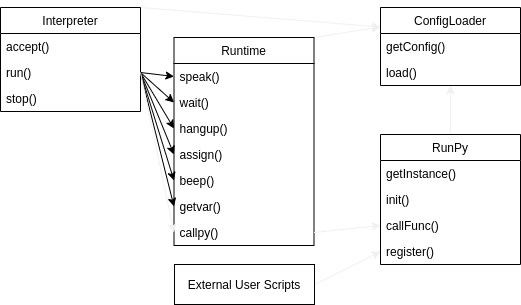
The draw.io diagram docs/modules.png in Sduby22/PP_hw, before a commit. Source tidied: cells renumbered, new cells last; positions are measured from the earlier drawing's top-left corner, leaving out a move shared by most shapes. The source it was exported from:
```xml
<mxGraphModel>
  <root>
    <mxCell id="0" />
    <mxCell id="1" parent="0" />
    <mxCell id="2" style="edgeStyle=none;jumpStyle=none;html=1;exitX=1;exitY=0;exitDx=0;exitDy=0;entryX=0;entryY=0.25;entryDx=0;entryDy=0;strokeColor=#f0f0f0;" parent="1" edge="1" source="3" target="22">
      <mxGeometry relative="1" as="geometry" />
    </mxCell>
    <mxCell id="3" value="Runtime" style="swimlane;fontStyle=0;horizontal=1;startSize=26;" parent="1" vertex="1">
      <mxGeometry x="173.5" y="30" width="140" height="208" as="geometry" />
    </mxCell>
    <mxCell id="4" value="speak()    " style="text;strokeColor=none;fillColor=none;align=left;verticalAlign=top;spacingLeft=4;spacingRight=4;overflow=hidden;points=[[0,0.5],[1,0.5]];portConstraint=eastwest;" parent="3" vertex="1">
      <mxGeometry y="26" width="140" height="26" as="geometry" />
    </mxCell>
    <mxCell id="5" value="wait()" style="text;strokeColor=none;fillColor=none;align=left;verticalAlign=top;spacingLeft=4;spacingRight=4;overflow=hidden;points=[[0,0.5],[1,0.5]];portConstraint=eastwest;" parent="3" vertex="1">
      <mxGeometry y="52" width="140" height="26" as="geometry" />
    </mxCell>
    <mxCell id="6" value="hangup()" style="text;strokeColor=none;fillColor=none;align=left;verticalAlign=top;spacingLeft=4;spacingRight=4;overflow=hidden;points=[[0,0.5],[1,0.5]];portConstraint=eastwest;" parent="3" vertex="1">
      <mxGeometry y="78" width="140" height="26" as="geometry" />
    </mxCell>
    <mxCell id="7" value="assign()" style="text;strokeColor=none;fillColor=none;align=left;verticalAlign=top;spacingLeft=4;spacingRight=4;overflow=hidden;points=[[0,0.5],[1,0.5]];portConstraint=eastwest;" parent="3" vertex="1">
      <mxGeometry y="104" width="140" height="26" as="geometry" />
    </mxCell>
    <mxCell id="8" value="beep()" style="text;strokeColor=none;fillColor=none;align=left;verticalAlign=top;spacingLeft=4;spacingRight=4;overflow=hidden;points=[[0,0.5],[1,0.5]];portConstraint=eastwest;" parent="3" vertex="1">
      <mxGeometry y="130" width="140" height="26" as="geometry" />
    </mxCell>
    <mxCell id="9" value="getvar()" style="text;strokeColor=none;fillColor=none;align=left;verticalAlign=top;spacingLeft=4;spacingRight=4;overflow=hidden;points=[[0,0.5],[1,0.5]];portConstraint=eastwest;" parent="3" vertex="1">
      <mxGeometry y="156" width="140" height="26" as="geometry" />
    </mxCell>
    <mxCell id="10" value="callpy()" style="text;strokeColor=none;fillColor=none;align=left;verticalAlign=top;spacingLeft=4;spacingRight=4;overflow=hidden;points=[[0,0.5],[1,0.5]];portConstraint=eastwest;" parent="3" vertex="1">
      <mxGeometry y="182" width="140" height="26" as="geometry" />
    </mxCell>
    <mxCell id="11" style="edgeStyle=none;jumpStyle=none;html=1;exitX=1;exitY=0;exitDx=0;exitDy=0;entryX=0;entryY=0.25;entryDx=0;entryDy=0;strokeColor=#f0f0f0;" parent="1" edge="1" source="12" target="22">
      <mxGeometry relative="1" as="geometry" />
    </mxCell>
    <mxCell id="12" value="Interpreter" style="swimlane;fontStyle=0;horizontal=1;startSize=26;" parent="1" vertex="1">
      <mxGeometry width="140" height="104" as="geometry" />
    </mxCell>
    <mxCell id="13" value="accept()   " style="text;strokeColor=none;fillColor=none;align=left;verticalAlign=top;spacingLeft=4;spacingRight=4;overflow=hidden;" parent="12" vertex="1">
      <mxGeometry y="26" width="140" height="26" as="geometry" />
    </mxCell>
    <mxCell id="14" value="run()" style="text;strokeColor=none;fillColor=none;align=left;verticalAlign=top;spacingLeft=4;spacingRight=4;overflow=hidden;points=[[0,0.5],[1,0.5]];portConstraint=eastwest;" parent="12" vertex="1">
      <mxGeometry y="52" width="140" height="26" as="geometry" />
    </mxCell>
    <mxCell id="15" value="stop()" style="text;strokeColor=none;fillColor=none;align=left;verticalAlign=top;spacingLeft=4;spacingRight=4;overflow=hidden;" parent="12" vertex="1">
      <mxGeometry y="78" width="140" height="26" as="geometry" />
    </mxCell>
    <mxCell id="16" style="edgeStyle=none;jumpStyle=none;html=1;exitX=0.5;exitY=0;exitDx=0;exitDy=0;entryX=0.5;entryY=1;entryDx=0;entryDy=0;strokeColor=#f0f0f0;" parent="1" edge="1" source="17" target="22">
      <mxGeometry relative="1" as="geometry" />
    </mxCell>
    <mxCell id="17" value="RunPy" style="swimlane;fontStyle=0;horizontal=1;startSize=26;" parent="1" vertex="1">
      <mxGeometry x="380" y="127" width="140" height="130" as="geometry" />
    </mxCell>
    <mxCell id="18" value="getInstance()" style="text;strokeColor=none;fillColor=none;align=left;verticalAlign=top;spacingLeft=4;spacingRight=4;overflow=hidden;" parent="17" vertex="1">
      <mxGeometry y="26" width="140" height="26" as="geometry" />
    </mxCell>
    <mxCell id="19" value="init()" style="text;strokeColor=none;fillColor=none;align=left;verticalAlign=top;spacingLeft=4;spacingRight=4;overflow=hidden;" parent="17" vertex="1">
      <mxGeometry y="52" width="140" height="26" as="geometry" />
    </mxCell>
    <mxCell id="20" value="callFunc()" style="text;strokeColor=none;fillColor=none;align=left;verticalAlign=top;spacingLeft=4;spacingRight=4;overflow=hidden;points=[[0,0.5],[1,0.5]];portConstraint=eastwest;" parent="17" vertex="1">
      <mxGeometry y="78" width="140" height="26" as="geometry" />
    </mxCell>
    <mxCell id="21" value="register()" style="text;strokeColor=none;fillColor=none;align=left;verticalAlign=top;spacingLeft=4;spacingRight=4;overflow=hidden;points=[[0,0.5],[1,0.5]];portConstraint=eastwest;" parent="17" vertex="1">
      <mxGeometry y="104" width="140" height="26" as="geometry" />
    </mxCell>
    <mxCell id="22" value="ConfigLoader" style="swimlane;fontStyle=0;horizontal=1;startSize=26;" parent="1" vertex="1">
      <mxGeometry x="380" width="140" height="78" as="geometry" />
    </mxCell>
    <mxCell id="23" value="getConfig()" style="text;strokeColor=none;fillColor=none;align=left;verticalAlign=top;spacingLeft=4;spacingRight=4;overflow=hidden;" parent="22" vertex="1">
      <mxGeometry y="26" width="140" height="26" as="geometry" />
    </mxCell>
    <mxCell id="24" value="load()" style="text;strokeColor=none;fillColor=none;align=left;verticalAlign=top;spacingLeft=4;spacingRight=4;overflow=hidden;" parent="22" vertex="1">
      <mxGeometry y="52" width="140" height="26" as="geometry" />
    </mxCell>
    <mxCell id="25" style="edgeStyle=none;html=1;exitX=1;exitY=0.5;exitDx=0;exitDy=0;entryX=0;entryY=0.5;entryDx=0;entryDy=0;" parent="1" edge="1" source="14" target="5">
      <mxGeometry relative="1" as="geometry" />
    </mxCell>
    <mxCell id="26" style="edgeStyle=none;html=1;exitX=1;exitY=0.5;exitDx=0;exitDy=0;entryX=0;entryY=0.5;entryDx=0;entryDy=0;" parent="1" edge="1" source="14" target="4">
      <mxGeometry relative="1" as="geometry" />
    </mxCell>
    <mxCell id="27" style="edgeStyle=none;html=1;exitX=1;exitY=0.5;exitDx=0;exitDy=0;entryX=0;entryY=0.5;entryDx=0;entryDy=0;" parent="1" edge="1" source="14" target="6">
      <mxGeometry relative="1" as="geometry" />
    </mxCell>
    <mxCell id="28" style="edgeStyle=none;html=1;exitX=1;exitY=0.5;exitDx=0;exitDy=0;entryX=0;entryY=0.5;entryDx=0;entryDy=0;" parent="1" edge="1" source="14" target="7">
      <mxGeometry relative="1" as="geometry" />
    </mxCell>
    <mxCell id="29" style="edgeStyle=none;html=1;exitX=1;exitY=0.5;exitDx=0;exitDy=0;entryX=0;entryY=0.5;entryDx=0;entryDy=0;" parent="1" edge="1" source="14" target="8">
      <mxGeometry relative="1" as="geometry" />
    </mxCell>
    <mxCell id="30" style="edgeStyle=none;html=1;exitX=1;exitY=0.5;exitDx=0;exitDy=0;entryX=0;entryY=0.5;entryDx=0;entryDy=0;jumpStyle=none;" parent="1" edge="1" source="14" target="9">
      <mxGeometry relative="1" as="geometry" />
    </mxCell>
    <mxCell id="31" style="edgeStyle=none;jumpStyle=none;html=1;exitX=1;exitY=0.5;exitDx=0;exitDy=0;entryX=0;entryY=0.5;entryDx=0;entryDy=0;strokeColor=#f0f0f0;" parent="1" edge="1" source="14" target="10">
      <mxGeometry relative="1" as="geometry" />
    </mxCell>
    <mxCell id="32" style="edgeStyle=none;jumpStyle=none;html=1;exitX=1;exitY=0.5;exitDx=0;exitDy=0;entryX=0;entryY=0.5;entryDx=0;entryDy=0;strokeColor=#f0f0f0;" parent="1" edge="1" source="10" target="20">
      <mxGeometry relative="1" as="geometry" />
    </mxCell>
    <mxCell id="33" style="edgeStyle=none;jumpStyle=none;html=1;exitX=1;exitY=0.5;exitDx=0;exitDy=0;entryX=0;entryY=0.5;entryDx=0;entryDy=0;strokeColor=#f0f0f0;" parent="1" edge="1" source="34" target="21">
      <mxGeometry relative="1" as="geometry" />
    </mxCell>
    <mxCell id="34" value="External User Scripts" style="rounded=0;whiteSpace=wrap;html=1;" parent="1" vertex="1">
      <mxGeometry x="174" y="257" width="140" height="40" as="geometry" />
    </mxCell>
  </root>
</mxGraphModel>
```
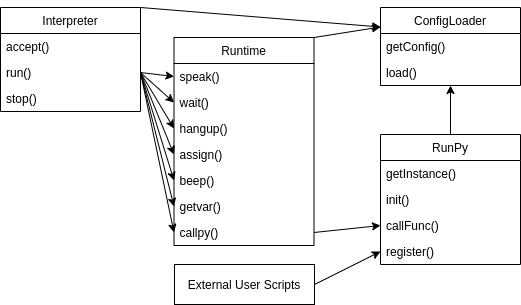
After the commit.

What changed in the source:
```diff
@@ -2,73 +2,73 @@
   <root>
     <mxCell id="0" />
     <mxCell id="1" parent="0" />
-    <mxCell id="2" style="edgeStyle=none;jumpStyle=none;html=1;exitX=1;exitY=0;exitDx=0;exitDy=0;entryX=0;entryY=0.25;entryDx=0;entryDy=0;strokeColor=#f0f0f0;" parent="1" edge="1" source="3" target="22">
+    <mxCell id="2" style="edgeStyle=none;jumpStyle=none;html=1;exitX=1;exitY=0;exitDx=0;exitDy=0;entryX=0;entryY=0.25;entryDx=0;entryDy=0;" parent="1" edge="1" source="3" target="22">
       <mxGeometry relative="1" as="geometry" />
     </mxCell>
     <mxCell id="3" value="Runtime" style="swimlane;fontStyle=0;horizontal=1;startSize=26;" parent="1" vertex="1">
       <mxGeometry x="173.5" y="30" width="140" height="208" as="geometry" />
     </mxCell>
-    <mxCell id="4" value="speak()    " style="text;strokeColor=none;fillColor=none;align=left;verticalAlign=top;spacingLeft=4;spacingRight=4;overflow=hidden;points=[[0,0.5],[1,0.5]];portConstraint=eastwest;" parent="3" vertex="1">
+    <mxCell id="4" value="speak()    " style="text;align=left;verticalAlign=top;spacingLeft=4;spacingRight=4;overflow=hidden;points=[[0,0.5],[1,0.5]];portConstraint=eastwest;" parent="3" vertex="1">
       <mxGeometry y="26" width="140" height="26" as="geometry" />
     </mxCell>
-    <mxCell id="5" value="wait()" style="text;strokeColor=none;fillColor=none;align=left;verticalAlign=top;spacingLeft=4;spacingRight=4;overflow=hidden;points=[[0,0.5],[1,0.5]];portConstraint=eastwest;" parent="3" vertex="1">
+    <mxCell id="5" value="wait()" style="text;align=left;verticalAlign=top;spacingLeft=4;spacingRight=4;overflow=hidden;points=[[0,0.5],[1,0.5]];portConstraint=eastwest;" parent="3" vertex="1">
       <mxGeometry y="52" width="140" height="26" as="geometry" />
     </mxCell>
-    <mxCell id="6" value="hangup()" style="text;strokeColor=none;fillColor=none;align=left;verticalAlign=top;spacingLeft=4;spacingRight=4;overflow=hidden;points=[[0,0.5],[1,0.5]];portConstraint=eastwest;" parent="3" vertex="1">
+    <mxCell id="6" value="hangup()" style="text;align=left;verticalAlign=top;spacingLeft=4;spacingRight=4;overflow=hidden;points=[[0,0.5],[1,0.5]];portConstraint=eastwest;" parent="3" vertex="1">
       <mxGeometry y="78" width="140" height="26" as="geometry" />
     </mxCell>
-    <mxCell id="7" value="assign()" style="text;strokeColor=none;fillColor=none;align=left;verticalAlign=top;spacingLeft=4;spacingRight=4;overflow=hidden;points=[[0,0.5],[1,0.5]];portConstraint=eastwest;" parent="3" vertex="1">
+    <mxCell id="7" value="assign()" style="text;align=left;verticalAlign=top;spacingLeft=4;spacingRight=4;overflow=hidden;points=[[0,0.5],[1,0.5]];portConstraint=eastwest;" parent="3" vertex="1">
       <mxGeometry y="104" width="140" height="26" as="geometry" />
     </mxCell>
-    <mxCell id="8" value="beep()" style="text;strokeColor=none;fillColor=none;align=left;verticalAlign=top;spacingLeft=4;spacingRight=4;overflow=hidden;points=[[0,0.5],[1,0.5]];portConstraint=eastwest;" parent="3" vertex="1">
+    <mxCell id="8" value="beep()" style="text;align=left;verticalAlign=top;spacingLeft=4;spacingRight=4;overflow=hidden;points=[[0,0.5],[1,0.5]];portConstraint=eastwest;" parent="3" vertex="1">
       <mxGeometry y="130" width="140" height="26" as="geometry" />
     </mxCell>
-    <mxCell id="9" value="getvar()" style="text;strokeColor=none;fillColor=none;align=left;verticalAlign=top;spacingLeft=4;spacingRight=4;overflow=hidden;points=[[0,0.5],[1,0.5]];portConstraint=eastwest;" parent="3" vertex="1">
+    <mxCell id="9" value="getvar()" style="text;align=left;verticalAlign=top;spacingLeft=4;spacingRight=4;overflow=hidden;points=[[0,0.5],[1,0.5]];portConstraint=eastwest;" parent="3" vertex="1">
       <mxGeometry y="156" width="140" height="26" as="geometry" />
     </mxCell>
-    <mxCell id="10" value="callpy()" style="text;strokeColor=none;fillColor=none;align=left;verticalAlign=top;spacingLeft=4;spacingRight=4;overflow=hidden;points=[[0,0.5],[1,0.5]];portConstraint=eastwest;" parent="3" vertex="1">
+    <mxCell id="10" value="callpy()" style="text;align=left;verticalAlign=top;spacingLeft=4;spacingRight=4;overflow=hidden;points=[[0,0.5],[1,0.5]];portConstraint=eastwest;" parent="3" vertex="1">
       <mxGeometry y="182" width="140" height="26" as="geometry" />
     </mxCell>
-    <mxCell id="11" style="edgeStyle=none;jumpStyle=none;html=1;exitX=1;exitY=0;exitDx=0;exitDy=0;entryX=0;entryY=0.25;entryDx=0;entryDy=0;strokeColor=#f0f0f0;" parent="1" edge="1" source="12" target="22">
+    <mxCell id="11" style="edgeStyle=none;jumpStyle=none;html=1;exitX=1;exitY=0;exitDx=0;exitDy=0;entryX=0;entryY=0.25;entryDx=0;entryDy=0;" parent="1" edge="1" source="12" target="22">
       <mxGeometry relative="1" as="geometry" />
     </mxCell>
     <mxCell id="12" value="Interpreter" style="swimlane;fontStyle=0;horizontal=1;startSize=26;" parent="1" vertex="1">
       <mxGeometry width="140" height="104" as="geometry" />
     </mxCell>
-    <mxCell id="13" value="accept()   " style="text;strokeColor=none;fillColor=none;align=left;verticalAlign=top;spacingLeft=4;spacingRight=4;overflow=hidden;" parent="12" vertex="1">
+    <mxCell id="13" value="accept()   " style="text;align=left;verticalAlign=top;spacingLeft=4;spacingRight=4;overflow=hidden;" parent="12" vertex="1">
       <mxGeometry y="26" width="140" height="26" as="geometry" />
     </mxCell>
-    <mxCell id="14" value="run()" style="text;strokeColor=none;fillColor=none;align=left;verticalAlign=top;spacingLeft=4;spacingRight=4;overflow=hidden;points=[[0,0.5],[1,0.5]];portConstraint=eastwest;" parent="12" vertex="1">
+    <mxCell id="14" value="run()" style="text;align=left;verticalAlign=top;spacingLeft=4;spacingRight=4;overflow=hidden;points=[[0,0.5],[1,0.5]];portConstraint=eastwest;" parent="12" vertex="1">
       <mxGeometry y="52" width="140" height="26" as="geometry" />
     </mxCell>
-    <mxCell id="15" value="stop()" style="text;strokeColor=none;fillColor=none;align=left;verticalAlign=top;spacingLeft=4;spacingRight=4;overflow=hidden;" parent="12" vertex="1">
+    <mxCell id="15" value="stop()" style="text;align=left;verticalAlign=top;spacingLeft=4;spacingRight=4;overflow=hidden;" parent="12" vertex="1">
       <mxGeometry y="78" width="140" height="26" as="geometry" />
     </mxCell>
-    <mxCell id="16" style="edgeStyle=none;jumpStyle=none;html=1;exitX=0.5;exitY=0;exitDx=0;exitDy=0;entryX=0.5;entryY=1;entryDx=0;entryDy=0;strokeColor=#f0f0f0;" parent="1" edge="1" source="17" target="22">
+    <mxCell id="16" style="edgeStyle=none;jumpStyle=none;html=1;exitX=0.5;exitY=0;exitDx=0;exitDy=0;entryX=0.5;entryY=1;entryDx=0;entryDy=0;" parent="1" edge="1" source="17" target="22">
       <mxGeometry relative="1" as="geometry" />
     </mxCell>
     <mxCell id="17" value="RunPy" style="swimlane;fontStyle=0;horizontal=1;startSize=26;" parent="1" vertex="1">
       <mxGeometry x="380" y="127" width="140" height="130" as="geometry" />
     </mxCell>
-    <mxCell id="18" value="getInstance()" style="text;strokeColor=none;fillColor=none;align=left;verticalAlign=top;spacingLeft=4;spacingRight=4;overflow=hidden;" parent="17" vertex="1">
+    <mxCell id="18" value="getInstance()" style="text;align=left;verticalAlign=top;spacingLeft=4;spacingRight=4;overflow=hidden;" parent="17" vertex="1">
       <mxGeometry y="26" width="140" height="26" as="geometry" />
     </mxCell>
-    <mxCell id="19" value="init()" style="text;strokeColor=none;fillColor=none;align=left;verticalAlign=top;spacingLeft=4;spacingRight=4;overflow=hidden;" parent="17" vertex="1">
+    <mxCell id="19" value="init()" style="text;align=left;verticalAlign=top;spacingLeft=4;spacingRight=4;overflow=hidden;" parent="17" vertex="1">
       <mxGeometry y="52" width="140" height="26" as="geometry" />
     </mxCell>
-    <mxCell id="20" value="callFunc()" style="text;strokeColor=none;fillColor=none;align=left;verticalAlign=top;spacingLeft=4;spacingRight=4;overflow=hidden;points=[[0,0.5],[1,0.5]];portConstraint=eastwest;" parent="17" vertex="1">
+    <mxCell id="20" value="callFunc()" style="text;align=left;verticalAlign=top;spacingLeft=4;spacingRight=4;overflow=hidden;points=[[0,0.5],[1,0.5]];portConstraint=eastwest;" parent="17" vertex="1">
       <mxGeometry y="78" width="140" height="26" as="geometry" />
     </mxCell>
-    <mxCell id="21" value="register()" style="text;strokeColor=none;fillColor=none;align=left;verticalAlign=top;spacingLeft=4;spacingRight=4;overflow=hidden;points=[[0,0.5],[1,0.5]];portConstraint=eastwest;" parent="17" vertex="1">
+    <mxCell id="21" value="register()" style="text;align=left;verticalAlign=top;spacingLeft=4;spacingRight=4;overflow=hidden;points=[[0,0.5],[1,0.5]];portConstraint=eastwest;" parent="17" vertex="1">
       <mxGeometry y="104" width="140" height="26" as="geometry" />
     </mxCell>
     <mxCell id="22" value="ConfigLoader" style="swimlane;fontStyle=0;horizontal=1;startSize=26;" parent="1" vertex="1">
       <mxGeometry x="380" width="140" height="78" as="geometry" />
     </mxCell>
-    <mxCell id="23" value="getConfig()" style="text;strokeColor=none;fillColor=none;align=left;verticalAlign=top;spacingLeft=4;spacingRight=4;overflow=hidden;" parent="22" vertex="1">
+    <mxCell id="23" value="getConfig()" style="text;align=left;verticalAlign=top;spacingLeft=4;spacingRight=4;overflow=hidden;" parent="22" vertex="1">
       <mxGeometry y="26" width="140" height="26" as="geometry" />
     </mxCell>
-    <mxCell id="24" value="load()" style="text;strokeColor=none;fillColor=none;align=left;verticalAlign=top;spacingLeft=4;spacingRight=4;overflow=hidden;" parent="22" vertex="1">
+    <mxCell id="24" value="load()" style="text;align=left;verticalAlign=top;spacingLeft=4;spacingRight=4;overflow=hidden;" parent="22" vertex="1">
       <mxGeometry y="52" width="140" height="26" as="geometry" />
     </mxCell>
     <mxCell id="25" style="edgeStyle=none;html=1;exitX=1;exitY=0.5;exitDx=0;exitDy=0;entryX=0;entryY=0.5;entryDx=0;entryDy=0;" parent="1" edge="1" source="14" target="5">
@@ -89,13 +89,13 @@
     <mxCell id="30" style="edgeStyle=none;html=1;exitX=1;exitY=0.5;exitDx=0;exitDy=0;entryX=0;entryY=0.5;entryDx=0;entryDy=0;jumpStyle=none;" parent="1" edge="1" source="14" target="9">
       <mxGeometry relative="1" as="geometry" />
     </mxCell>
-    <mxCell id="31" style="edgeStyle=none;jumpStyle=none;html=1;exitX=1;exitY=0.5;exitDx=0;exitDy=0;entryX=0;entryY=0.5;entryDx=0;entryDy=0;strokeColor=#f0f0f0;" parent="1" edge="1" source="14" target="10">
+    <mxCell id="31" style="edgeStyle=none;jumpStyle=none;html=1;exitX=1;exitY=0.5;exitDx=0;exitDy=0;entryX=0;entryY=0.5;entryDx=0;entryDy=0;" parent="1" edge="1" source="14" target="10">
       <mxGeometry relative="1" as="geometry" />
     </mxCell>
-    <mxCell id="32" style="edgeStyle=none;jumpStyle=none;html=1;exitX=1;exitY=0.5;exitDx=0;exitDy=0;entryX=0;entryY=0.5;entryDx=0;entryDy=0;strokeColor=#f0f0f0;" parent="1" edge="1" source="10" target="20">
+    <mxCell id="32" style="edgeStyle=none;jumpStyle=none;html=1;exitX=1;exitY=0.5;exitDx=0;exitDy=0;entryX=0;entryY=0.5;entryDx=0;entryDy=0;" parent="1" edge="1" source="10" target="20">
       <mxGeometry relative="1" as="geometry" />
     </mxCell>
-    <mxCell id="33" style="edgeStyle=none;jumpStyle=none;html=1;exitX=1;exitY=0.5;exitDx=0;exitDy=0;entryX=0;entryY=0.5;entryDx=0;entryDy=0;strokeColor=#f0f0f0;" parent="1" edge="1" source="34" target="21">
+    <mxCell id="33" style="edgeStyle=none;jumpStyle=none;html=1;exitX=1;exitY=0.5;exitDx=0;exitDy=0;entryX=0;entryY=0.5;entryDx=0;entryDy=0;" parent="1" edge="1" source="34" target="21">
       <mxGeometry relative="1" as="geometry" />
     </mxCell>
     <mxCell id="34" value="External User Scripts" style="rounded=0;whiteSpace=wrap;html=1;" parent="1" vertex="1">
```
